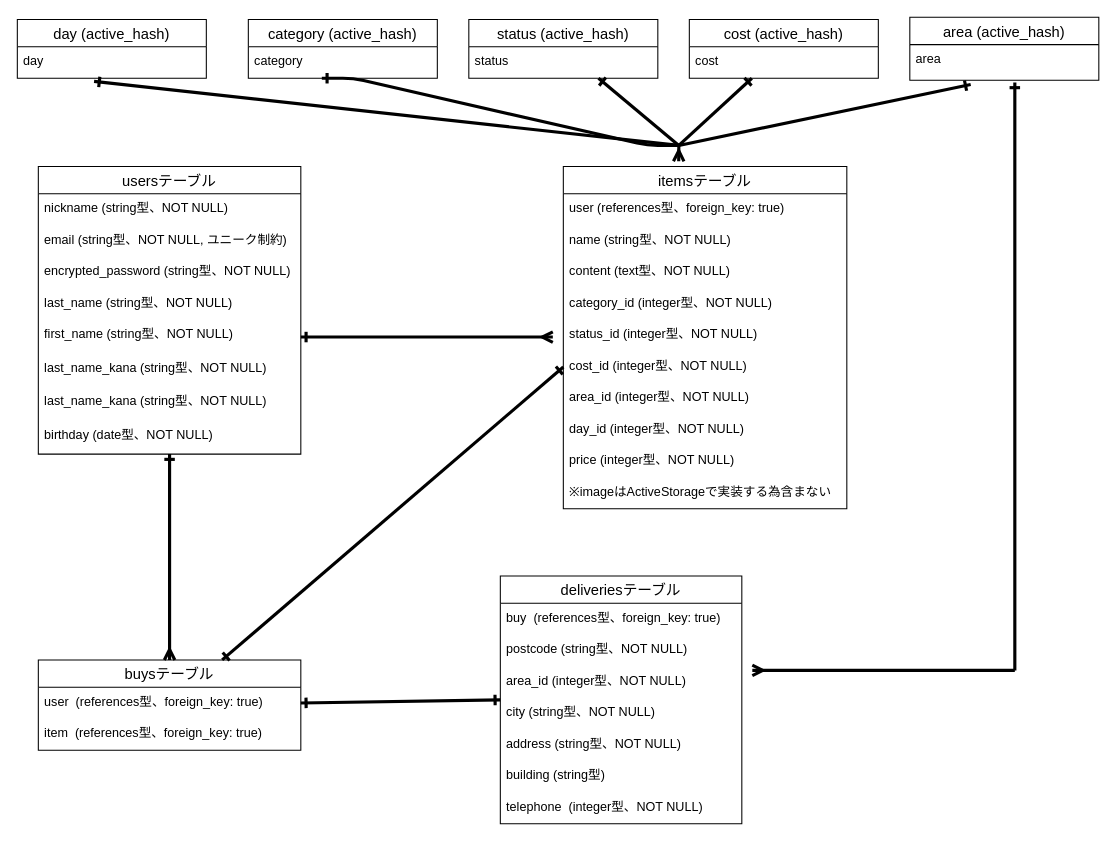
Above: furima-39653.dio in momotad/furima-39653 (draw.io), before the change. Source tidied: cells renumbered, new cells numbered last; positions are measured from the earlier drawing's top-left corner, leaving out a move shared by most shapes. Both pictures are drawn from the tidied source at 105%, with x=0, y=0 at pixel (17, 17).
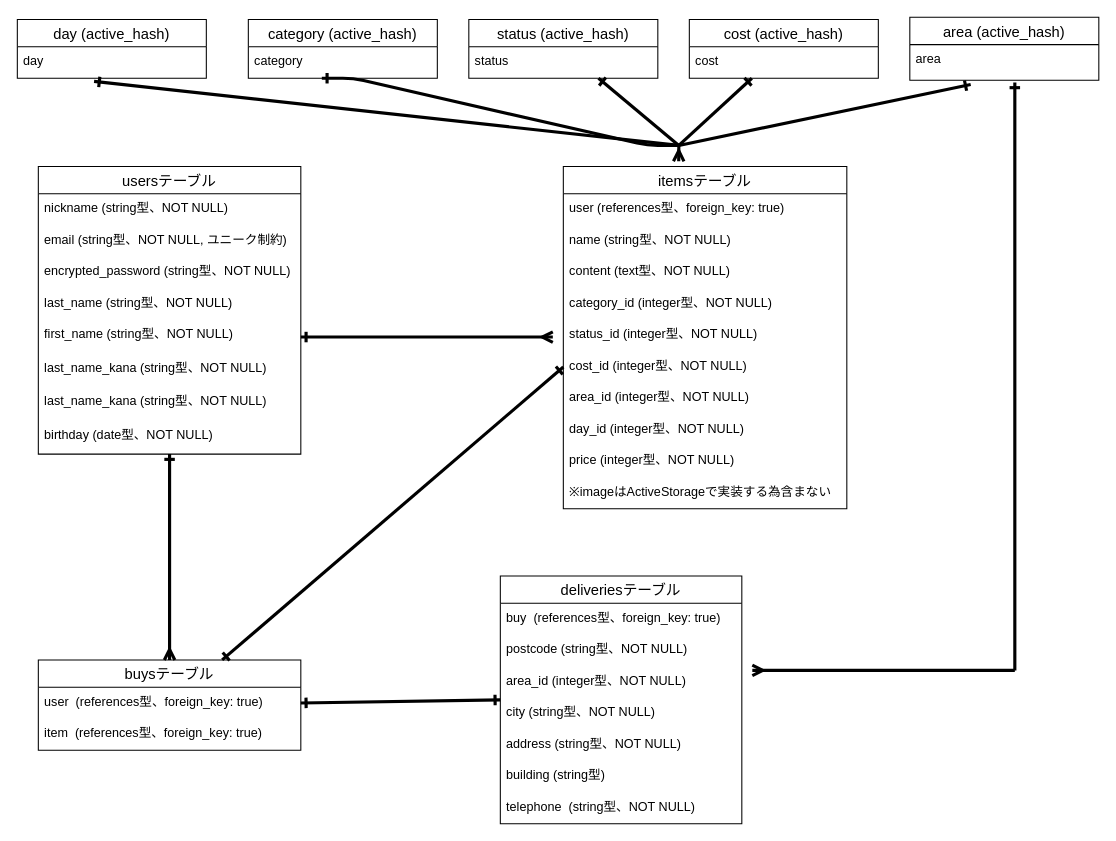
The same diagram, later.

Commit message (it also covers changes not shown here):
【2回目】ER図とREADME修正

The change refers to these unchanged cells:
```xml
<mxCell id="26" value="deliveriesテーブル" style="swimlane;fontStyle=0;horizontal=1;startSize=26;align=center;fontSize=14;" parent="1" vertex="1">
  <mxGeometry x="460" y="532" width="230" height="236" as="geometry" />
</mxCell>
```

Diff of the diagram source:
```diff
@@
-    <mxCell id="33" value="telephone  (integer型、NOT NULL)" style="text;strokeColor=none;fillColor=none;spacingLeft=4;spacingRight=4;overflow=hidden;fontSize=12;" parent="26" vertex="1">
+    <mxCell id="33" value="telephone  (string型、NOT NULL)" style="text;strokeColor=none;fillColor=none;spacingLeft=4;spacingRight=4;overflow=hidden;fontSize=12;" parent="26" vertex="1">
       <mxGeometry y="206" width="230" height="30" as="geometry" />
     </mxCell>
```
